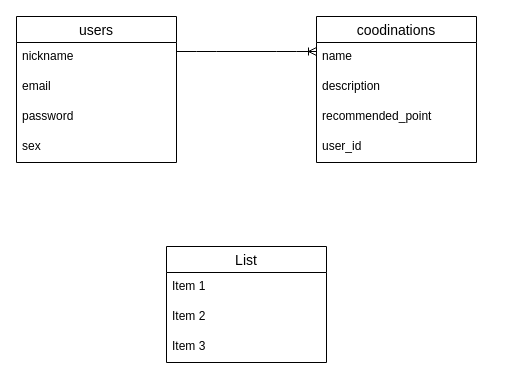
Above: test.dio in tora1000/wewear (draw.io), before the change. Source tidied: cells renumbered, new cells numbered last; positions are measured from the earlier drawing's top-left corner, leaving out a move shared by most shapes. Both pictures are drawn from the tidied source at 100%, with x=0, y=0 at pixel (16, 16).
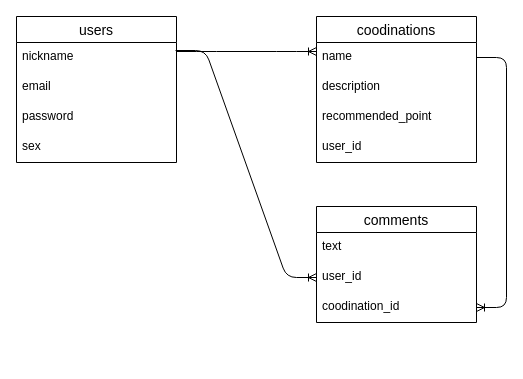
The same page after the edit.

Change to the diagram source:
```diff
@@
 <mxGraphModel>
   <root>
     <mxCell id="0" />
     <mxCell id="1" parent="0" />
     <mxCell id="2" style="edgeStyle=entityRelationEdgeStyle;fontSize=12;html=1;endArrow=ERoneToMany;exitX=1;exitY=0.5;exitDx=0;exitDy=0;entryX=0;entryY=0.5;entryDx=0;entryDy=0;" parent="1" edge="1">
       <mxGeometry relative="1" as="geometry">
         <mxPoint x="160" y="35" as="sourcePoint" />
         <mxPoint x="300" y="35" as="targetPoint" />
       </mxGeometry>
     </mxCell>
     <mxCell id="3" value="users" style="swimlane;fontStyle=0;horizontal=1;startSize=26;align=center;fontSize=14;" parent="1" vertex="1">
       <mxGeometry width="160" height="146" as="geometry" />
     </mxCell>
     <mxCell id="4" value="nickname" style="text;strokeColor=none;fillColor=none;spacingLeft=4;spacingRight=4;overflow=hidden;points=[[0,0.5],[1,0.5]];portConstraint=eastwest;fontSize=12;" parent="3" vertex="1">
       <mxGeometry y="26" width="160" height="30" as="geometry" />
     </mxCell>
     <mxCell id="5" value="email" style="text;strokeColor=none;fillColor=none;spacingLeft=4;spacingRight=4;overflow=hidden;fontSize=12;" parent="3" vertex="1">
       <mxGeometry y="56" width="160" height="30" as="geometry" />
     </mxCell>
     <mxCell id="6" value="password" style="text;strokeColor=none;fillColor=none;spacingLeft=4;spacingRight=4;overflow=hidden;fontSize=12;" parent="3" vertex="1">
       <mxGeometry y="86" width="160" height="30" as="geometry" />
     </mxCell>
     <mxCell id="7" value="sex" style="text;strokeColor=none;fillColor=none;spacingLeft=4;spacingRight=4;overflow=hidden;fontSize=12;" parent="3" vertex="1">
       <mxGeometry y="116" width="160" height="30" as="geometry" />
     </mxCell>
     <mxCell id="8" value="coodinations" style="swimlane;fontStyle=0;horizontal=1;startSize=26;align=center;fontSize=14;" parent="1" vertex="1">
       <mxGeometry x="300" width="160" height="146" as="geometry" />
     </mxCell>
     <mxCell id="9" value="name" style="text;strokeColor=none;fillColor=none;spacingLeft=4;spacingRight=4;overflow=hidden;points=[[0,0.5],[1,0.5]];portConstraint=eastwest;fontSize=12;" parent="8" vertex="1">
       <mxGeometry y="26" width="160" height="30" as="geometry" />
     </mxCell>
     <mxCell id="10" value="description" style="text;strokeColor=none;fillColor=none;spacingLeft=4;spacingRight=4;overflow=hidden;fontSize=12;" parent="8" vertex="1">
       <mxGeometry y="56" width="160" height="30" as="geometry" />
     </mxCell>
     <mxCell id="11" value="recommended_point&#10;" style="text;strokeColor=none;fillColor=none;spacingLeft=4;spacingRight=4;overflow=hidden;fontSize=12;" parent="8" vertex="1">
       <mxGeometry y="86" width="160" height="30" as="geometry" />
     </mxCell>
     <mxCell id="12" value="user_id" style="text;strokeColor=none;fillColor=none;spacingLeft=4;spacingRight=4;overflow=hidden;fontSize=12;" parent="8" vertex="1">
       <mxGeometry y="116" width="160" height="30" as="geometry" />
     </mxCell>
+    <mxCell id="17" style="edgeStyle=entityRelationEdgeStyle;fontSize=12;html=1;endArrow=ERoneToMany;exitX=0.994;exitY=0.267;exitDx=0;exitDy=0;exitPerimeter=0;entryX=0;entryY=0.5;entryDx=0;entryDy=0;" parent="1" edge="1" source="4" target="14">
+      <mxGeometry relative="1" as="geometry" />
+    </mxCell>
-    <mxCell id="13" value="List" style="swimlane;fontStyle=0;horizontal=1;startSize=26;align=center;fontSize=14;" parent="1" vertex="1">
-      <mxGeometry x="150" y="230" width="160" height="116" as="geometry" />
+    <mxCell id="13" value="comments" style="swimlane;fontStyle=0;horizontal=1;startSize=26;align=center;fontSize=14;" parent="1" vertex="1">
+      <mxGeometry x="300" y="190" width="160" height="116" as="geometry" />
     </mxCell>
+    <mxCell id="16" value="text" style="text;strokeColor=none;fillColor=none;spacingLeft=4;spacingRight=4;overflow=hidden;fontSize=12;" parent="13" vertex="1">
+      <mxGeometry y="26" width="160" height="30" as="geometry" />
+    </mxCell>
-    <mxCell id="14" value="Item 1" style="text;strokeColor=none;fillColor=none;spacingLeft=4;spacingRight=4;overflow=hidden;points=[[0,0.5],[1,0.5]];portConstraint=eastwest;fontSize=12;" parent="13" vertex="1">
-      <mxGeometry y="26" width="160" height="30" as="geometry" />
+    <mxCell id="14" value="user_id" style="text;strokeColor=none;fillColor=none;spacingLeft=4;spacingRight=4;overflow=hidden;points=[[0,0.5],[1,0.5]];portConstraint=eastwest;fontSize=12;" parent="13" vertex="1">
+      <mxGeometry y="56" width="160" height="30" as="geometry" />
     </mxCell>
-    <mxCell id="15" value="Item 2" style="text;strokeColor=none;fillColor=none;spacingLeft=4;spacingRight=4;overflow=hidden;points=[[0,0.5],[1,0.5]];portConstraint=eastwest;fontSize=12;" parent="13" vertex="1">
-      <mxGeometry y="56" width="160" height="30" as="geometry" />
+    <mxCell id="15" value="coodination_id" style="text;strokeColor=none;fillColor=none;spacingLeft=4;spacingRight=4;overflow=hidden;points=[[0,0.5],[1,0.5]];portConstraint=eastwest;fontSize=12;" parent="13" vertex="1">
+      <mxGeometry y="86" width="160" height="30" as="geometry" />
     </mxCell>
-    <mxCell id="16" value="Item 3" style="text;strokeColor=none;fillColor=none;spacingLeft=4;spacingRight=4;overflow=hidden;fontSize=12;" parent="13" vertex="1">
-      <mxGeometry y="86" width="160" height="30" as="geometry" />
-    </mxCell>
+    <mxCell id="18" style="edgeStyle=entityRelationEdgeStyle;fontSize=12;html=1;endArrow=ERoneToMany;exitX=1;exitY=0.5;exitDx=0;exitDy=0;" parent="1" edge="1" source="9" target="15">
+      <mxGeometry relative="1" as="geometry" />
+    </mxCell>
   </root>
 </mxGraphModel>
```
